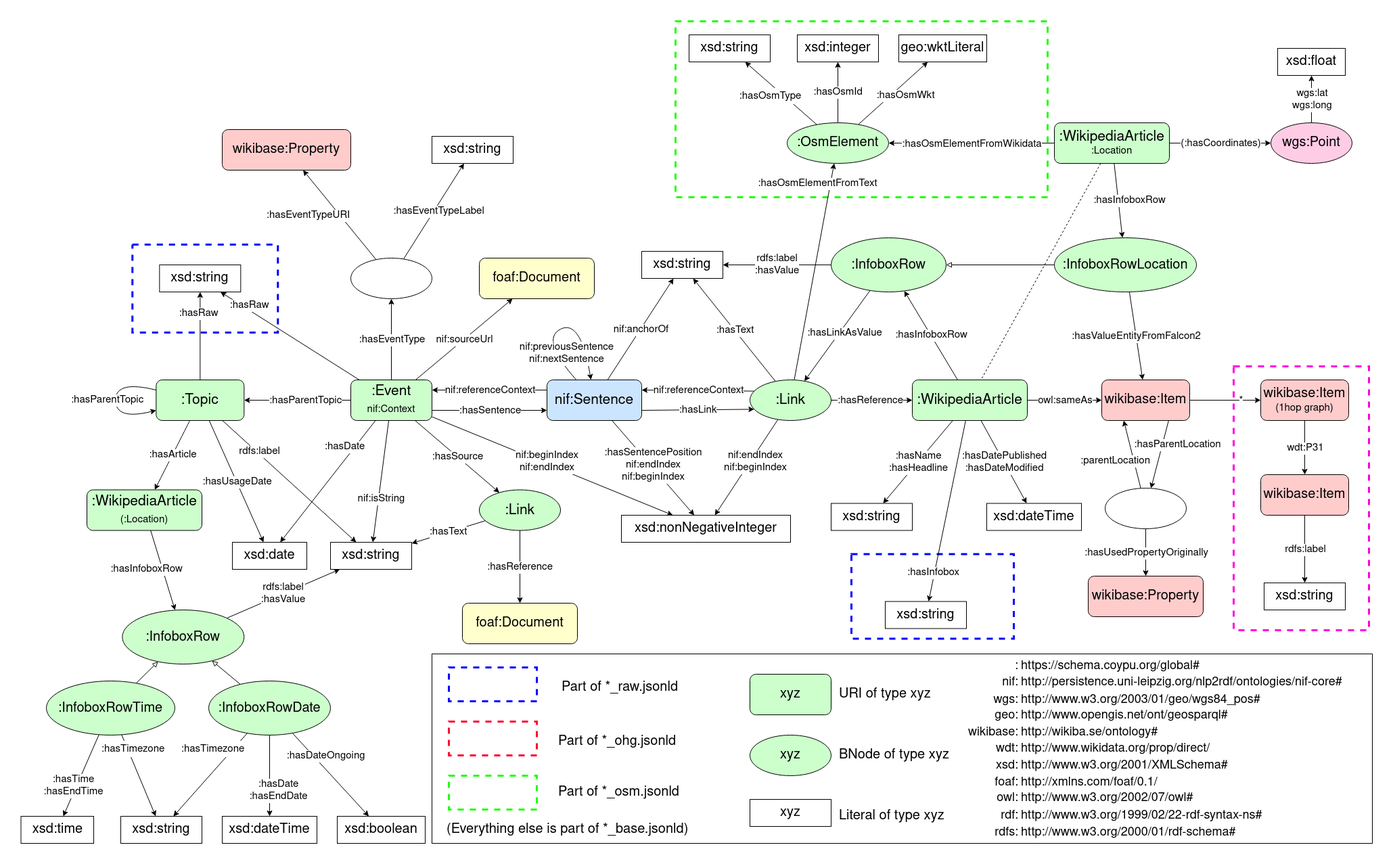
Earlier version of the draw.io export docs/Schema.drawio.png (semantic-systems/current-events-to-kg). Source tidied: cells renumbered, new cells last; positions are measured from the earlier drawing's top-left corner, leaving out a move shared by most shapes.
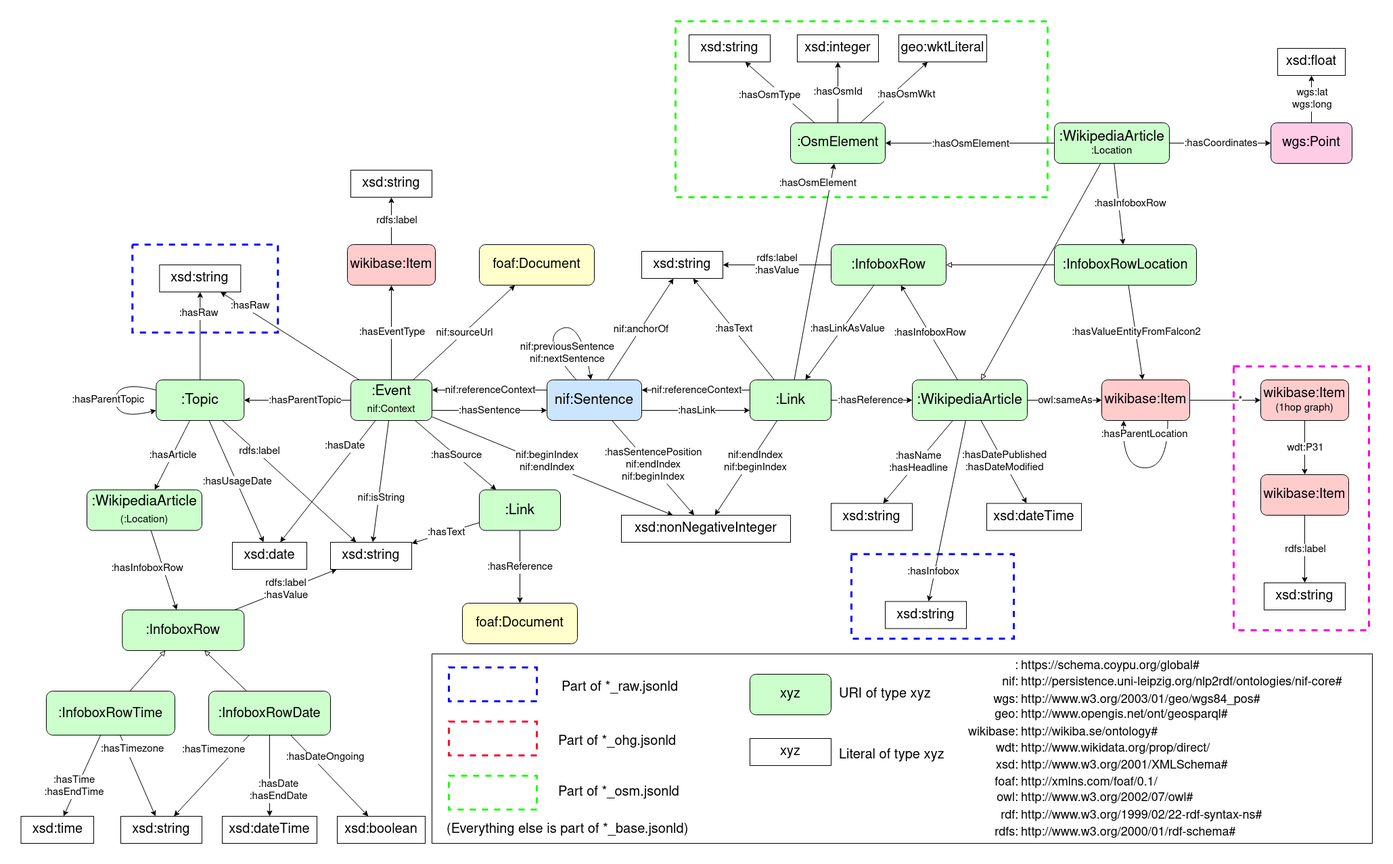
Above is the later version.

Change to the diagram source:
```diff
@@ -4,2 +4,5 @@
     <mxCell id="1" parent="0" />
+    <mxCell id="76" value="&lt;font style=&quot;font-size: 20px;&quot;&gt;:OsmElement&lt;/font&gt;" style="rounded=1;whiteSpace=wrap;html=1;labelBackgroundColor=none;fontFamily=Helvetica;fontSize=15;fontColor=default;fillColor=#CCFFCC;gradientColor=none;" parent="1" vertex="1">
+      <mxGeometry x="1138" y="150" width="140" height="60" as="geometry" />
+    </mxCell>
     <mxCell id="2" style="rounded=0;whiteSpace=wrap;html=1;fillColor=none;dashed=1;strokeColor=#0000FF;strokeWidth=3;" parent="1" vertex="1">
@@ -31,3 +34,3 @@
     </mxCell>
-    <mxCell id="11" style="rounded=0;jettySize=auto;html=1;" parent="1" edge="1" source="15" target="152">
+    <mxCell id="11" style="rounded=0;jettySize=auto;html=1;" parent="1" edge="1" source="15" target="207">
       <mxGeometry relative="1" as="geometry" />
@@ -85,3 +88,3 @@
     </mxCell>
-    <mxCell id="27" value="&lt;font style=&quot;font-size: 20px;&quot;&gt;wgs:Point&lt;/font&gt;" style="ellipse;whiteSpace=wrap;html=1;labelBackgroundColor=none;fontFamily=Helvetica;fontSize=15;fontColor=default;fillColor=#FFCCE6;gradientColor=none;" parent="1" vertex="1">
+    <mxCell id="27" value="&lt;font style=&quot;font-size: 20px;&quot;&gt;wgs:Point&lt;/font&gt;" style="rounded=1;whiteSpace=wrap;html=1;labelBackgroundColor=none;fontFamily=Helvetica;fontSize=15;fontColor=default;fillColor=#FFCCE6;gradientColor=none;" parent="1" vertex="1">
       <mxGeometry x="1848" y="150" width="120" height="60" as="geometry" />
@@ -102,3 +105,3 @@
     </mxCell>
-    <mxCell id="32" value="&lt;div style=&quot;font-size: 21px;&quot;&gt;:Link&lt;/div&gt;" style="ellipse;whiteSpace=wrap;html=1;labelBackgroundColor=none;fontFamily=Helvetica;fontSize=15;fontColor=default;fillColor=#CCFFCC;gradientColor=none;" parent="1" vertex="1">
+    <mxCell id="32" value="&lt;div style=&quot;font-size: 21px;&quot;&gt;:Link&lt;/div&gt;" style="rounded=1;whiteSpace=wrap;html=1;labelBackgroundColor=none;fontFamily=Helvetica;fontSize=15;fontColor=default;fillColor=#CCFFCC;gradientColor=none;" parent="1" vertex="1">
       <mxGeometry x="1078" y="530" width="120" height="60" as="geometry" />
@@ -108,3 +111,3 @@
     </mxCell>
-    <mxCell id="34" value="(:hasCoordinates)" style="edgeLabel;html=1;align=center;verticalAlign=middle;fontSize=15;" parent="33" vertex="1">
+    <mxCell id="34" value=":hasCoordinates" style="edgeLabel;html=1;align=center;verticalAlign=middle;fontSize=15;" parent="33" vertex="1">
       <mxGeometry relative="1" as="geometry" />
@@ -117,3 +120,3 @@
     </mxCell>
-    <mxCell id="37" value="&lt;font style=&quot;font-size: 15px;&quot;&gt;:hasOsmElementFromText&lt;/font&gt;" style="rounded=0;jettySize=auto;html=1;" parent="1" edge="1" source="32" target="76">
+    <mxCell id="37" value="&lt;font style=&quot;font-size: 15px;&quot;&gt;:hasOsmElement&lt;/font&gt;" style="rounded=0;jettySize=auto;html=1;" parent="1" edge="1" source="32" target="76">
       <mxGeometry x="0.79" y="19" relative="1" as="geometry" />
@@ -123,3 +126,3 @@
     </mxCell>
-    <mxCell id="39" value="&lt;font style=&quot;font-size: 15px;&quot;&gt;:hasOsmElementFromWikidata&lt;/font&gt;" style="edgeLabel;html=1;align=center;verticalAlign=middle;fontSize=20;" parent="38" vertex="1">
+    <mxCell id="39" value="&lt;font style=&quot;font-size: 15px;&quot;&gt;:hasOsmElement&lt;/font&gt;" style="edgeLabel;html=1;align=center;verticalAlign=middle;fontSize=20;" parent="38" vertex="1">
       <mxGeometry relative="1" as="geometry" />
@@ -218,3 +221,3 @@
     <mxCell id="66" value="&lt;font style=&quot;font-size: 20px;&quot;&gt;foaf:Document&lt;/font&gt;" style="rounded=1;whiteSpace=wrap;html=1;labelBackgroundColor=none;fontFamily=Helvetica;fontSize=15;fontColor=default;fillColor=#FFFFCC;gradientColor=none;" parent="1" vertex="1">
-      <mxGeometry x="678" y="350" width="170" height="60" as="geometry" />
+      <mxGeometry x="678" y="330" width="170" height="60" as="geometry" />
     </mxCell>
@@ -223,3 +226,3 @@
     </mxCell>
-    <mxCell id="68" value="&lt;div style=&quot;font-size: 21px;&quot;&gt;:Link&lt;/div&gt;" style="ellipse;whiteSpace=wrap;html=1;labelBackgroundColor=none;fontFamily=Helvetica;fontSize=15;fontColor=default;fillColor=#CCFFCC;gradientColor=none;" parent="1" vertex="1">
+    <mxCell id="68" value="&lt;div style=&quot;font-size: 21px;&quot;&gt;:Link&lt;/div&gt;" style="rounded=1;whiteSpace=wrap;html=1;labelBackgroundColor=none;fontFamily=Helvetica;fontSize=15;fontColor=default;fillColor=#CCFFCC;gradientColor=none;" parent="1" vertex="1">
       <mxGeometry x="678" y="692.5" width="120" height="60" as="geometry" />
@@ -249,5 +252,2 @@
     </mxCell>
-    <mxCell id="76" value="&lt;font style=&quot;font-size: 20px;&quot;&gt;:OsmElement&lt;/font&gt;" style="ellipse;whiteSpace=wrap;html=1;labelBackgroundColor=none;fontFamily=Helvetica;fontSize=15;fontColor=default;fillColor=#CCFFCC;gradientColor=none;" parent="1" vertex="1">
-      <mxGeometry x="1133" y="150" width="150" height="60" as="geometry" />
-    </mxCell>
     <mxCell id="77" value="&lt;font style=&quot;font-size: 20px;&quot;&gt;xsd:string&lt;/font&gt;" style="rounded=0;whiteSpace=wrap;html=1;labelBackgroundColor=default;fontFamily=Helvetica;fontSize=15;fontColor=default;fillColor=none;gradientColor=none;" parent="1" vertex="1">
@@ -261,8 +261,13 @@
     </mxCell>
-    <mxCell id="80" style="edgeStyle=none;rounded=0;jettySize=auto;html=1;fontSize=15;exitX=0.877;exitY=0.033;exitDx=0;exitDy=0;exitPerimeter=0;" parent="1" edge="1" source="84" target="98">
-      <mxGeometry relative="1" as="geometry" />
+    <mxCell id="80" style="orthogonalLoop=1;jettySize=auto;html=1;fontSize=15;exitX=0.75;exitY=1;exitDx=0;exitDy=0;entryX=0.25;entryY=1;entryDx=0;entryDy=0;curved=1;" parent="1" edge="1" source="84" target="84">
+      <mxGeometry relative="1" as="geometry">
+        <Array as="points">
+          <mxPoint x="1696" y="660" />
+          <mxPoint x="1628" y="660" />
+        </Array>
+      </mxGeometry>
     </mxCell>
-    <mxCell id="81" value=":hasParentLocation" style="edgeLabel;html=1;align=center;verticalAlign=middle;fontSize=15;" parent="80" vertex="1">
+    <mxCell id="81" value="&lt;div&gt;:hasParentLocation&lt;/div&gt;" style="edgeLabel;html=1;align=center;verticalAlign=middle;fontSize=15;" parent="80" vertex="1">
       <mxGeometry relative="1" as="geometry">
-        <mxPoint x="18" y="14" as="offset" />
+        <mxPoint x="-2" y="-50" as="offset" />
       </mxGeometry>
@@ -303,4 +308,4 @@
     </mxCell>
-    <mxCell id="92" value="&lt;div style=&quot;font-size: 21px;&quot;&gt;&lt;font style=&quot;font-size: 20px;&quot;&gt;:InfoboxRowLocation&lt;/font&gt;&lt;br&gt;&lt;/div&gt;" style="ellipse;whiteSpace=wrap;html=1;labelBackgroundColor=none;fontFamily=Helvetica;fontSize=15;fontColor=default;fillColor=#CCFFCC;gradientColor=none;" parent="1" vertex="1">
-      <mxGeometry x="1528" y="320" width="210" height="80" as="geometry" />
+    <mxCell id="92" value="&lt;div style=&quot;font-size: 21px;&quot;&gt;&lt;font style=&quot;font-size: 20px;&quot;&gt;:InfoboxRowLocation&lt;/font&gt;&lt;br&gt;&lt;/div&gt;" style="rounded=1;whiteSpace=wrap;html=1;labelBackgroundColor=none;fontFamily=Helvetica;fontSize=15;fontColor=default;fillColor=#CCFFCC;gradientColor=none;" parent="1" vertex="1">
+      <mxGeometry x="1528" y="330" width="210" height="60" as="geometry" />
     </mxCell>
@@ -309,22 +314,2 @@
     </mxCell>
-    <mxCell id="94" style="edgeStyle=none;rounded=0;jettySize=auto;html=1;entryX=0.25;entryY=1;entryDx=0;entryDy=0;fontSize=15;" parent="1" edge="1" source="98" target="84">
-      <mxGeometry relative="1" as="geometry" />
-    </mxCell>
-    <mxCell id="95" value=":parentLocation" style="edgeLabel;html=1;align=center;verticalAlign=middle;fontSize=15;" parent="94" vertex="1">
-      <mxGeometry x="-0.38" y="-1" relative="1" as="geometry">
-        <mxPoint x="-31" y="-9" as="offset" />
-      </mxGeometry>
-    </mxCell>
-    <mxCell id="96" style="edgeStyle=none;rounded=0;jettySize=auto;html=1;fontSize=15;" parent="1" edge="1" source="98" target="99">
-      <mxGeometry relative="1" as="geometry" />
-    </mxCell>
-    <mxCell id="97" value=":hasUsedPropertyOriginally" style="edgeLabel;html=1;align=center;verticalAlign=middle;fontSize=15;" parent="96" vertex="1">
-      <mxGeometry relative="1" as="geometry" />
-    </mxCell>
-    <mxCell id="98" style="ellipse;whiteSpace=wrap;html=1;fontSize=15;rounded=1;labelBackgroundColor=none;fillColor=none;" parent="1" vertex="1">
-      <mxGeometry x="1603" y="690" width="120" height="60" as="geometry" />
-    </mxCell>
-    <mxCell id="99" value="&lt;font style=&quot;font-size: 20px;&quot;&gt;wikibase:Property&lt;/font&gt;" style="rounded=1;whiteSpace=wrap;html=1;labelBackgroundColor=none;fontFamily=Helvetica;fontSize=15;fontColor=default;fillColor=#FFCCCC;gradientColor=none;" parent="1" vertex="1">
-      <mxGeometry x="1578" y="820" width="170" height="60" as="geometry" />
-    </mxCell>
     <mxCell id="100" style="rounded=0;jettySize=auto;html=1;fontSize=15;" parent="1" edge="1" source="171" target="102">
@@ -341,11 +326,2 @@
     </mxCell>
-    <mxCell id="104" style="group;" parent="1" vertex="1">
-      <mxGeometry x="1078" y="1055" width="310" height="60" as="geometry" />
-    </mxCell>
-    <mxCell id="105" value="&lt;font style=&quot;font-size: 20px;&quot;&gt;xyz&lt;/font&gt;" style="ellipse;whiteSpace=wrap;html=1;labelBackgroundColor=none;fontFamily=Helvetica;fontSize=15;fontColor=default;fillColor=#CCFFCC;gradientColor=none;" parent="104" vertex="1">
-      <mxGeometry width="120" height="60" as="geometry" />
-    </mxCell>
-    <mxCell id="106" value="&lt;div align=&quot;left&quot;&gt;BNode of type xyz&lt;br&gt;&lt;/div&gt;" style="text;html=1;align=left;verticalAlign=middle;strokeColor=none;fillColor=none;fontSize=20;" parent="104" vertex="1">
-      <mxGeometry x="130" y="15" width="180" height="30" as="geometry" />
-    </mxCell>
     <mxCell id="107" style="group;" parent="1" vertex="1">
@@ -360,3 +336,3 @@
     <mxCell id="110" style="group;" parent="1" vertex="1">
-      <mxGeometry x="1078" y="1150" width="300" height="40" as="geometry" />
+      <mxGeometry x="1078" y="1060" width="300" height="40" as="geometry" />
     </mxCell>
@@ -473,14 +449,6 @@
     </mxCell>
-    <mxCell id="148" style="edgeStyle=none;rounded=0;jettySize=auto;html=1;fontSize=15;" parent="1" edge="1" source="152" target="153">
-      <mxGeometry relative="1" as="geometry" />
-    </mxCell>
-    <mxCell id="149" value=":hasEventTypeURI" style="edgeLabel;html=1;align=center;verticalAlign=middle;fontSize=15;" parent="148" vertex="1">
-      <mxGeometry relative="1" as="geometry">
-        <mxPoint x="-47" as="offset" />
-      </mxGeometry>
-    </mxCell>
-    <mxCell id="150" style="edgeStyle=none;rounded=0;jettySize=auto;html=1;fontSize=15;" parent="1" edge="1" source="152" target="154">
+    <mxCell id="150" style="edgeStyle=none;rounded=0;jettySize=auto;html=1;fontSize=15;" parent="1" edge="1" source="207" target="154">
       <mxGeometry relative="1" as="geometry" />
     </mxCell>
-    <mxCell id="151" value=":hasEventTypeLabel" style="edgeLabel;html=1;align=center;verticalAlign=middle;fontSize=15;" parent="150" vertex="1">
+    <mxCell id="151" value="rdfs:label" style="edgeLabel;html=1;align=center;verticalAlign=middle;fontSize=15;" parent="150" vertex="1">
       <mxGeometry relative="1" as="geometry">
@@ -489,10 +457,4 @@
     </mxCell>
-    <mxCell id="152" value="&lt;div style=&quot;font-size: 21px;&quot;&gt;&lt;br&gt;&lt;/div&gt;" style="ellipse;whiteSpace=wrap;html=1;labelBackgroundColor=none;fontFamily=Helvetica;fontSize=15;fontColor=default;fillColor=none;gradientColor=none;" parent="1" vertex="1">
-      <mxGeometry x="488" y="350" width="120" height="60" as="geometry" />
-    </mxCell>
-    <mxCell id="153" value="&lt;div style=&quot;font-size: 20px;&quot;&gt;wikibase:Property&lt;font style=&quot;font-size: 20px;&quot;&gt;&lt;br&gt;&lt;/font&gt;&lt;/div&gt;" style="rounded=1;whiteSpace=wrap;html=1;labelBackgroundColor=none;fontFamily=Helvetica;fontSize=15;fontColor=default;fillColor=#FFCCCC;gradientColor=none;" parent="1" vertex="1">
-      <mxGeometry x="298" y="160" width="190" height="60" as="geometry" />
-    </mxCell>
     <mxCell id="154" value="&lt;font style=&quot;font-size: 20px;&quot;&gt;xsd:string&lt;/font&gt;" style="rounded=0;whiteSpace=wrap;html=1;labelBackgroundColor=default;fontFamily=Helvetica;fontSize=15;fontColor=default;fillColor=none;gradientColor=none;" parent="1" vertex="1">
-      <mxGeometry x="608" y="170" width="120" height="40" as="geometry" />
+      <mxGeometry x="488" y="220" width="120" height="40" as="geometry" />
     </mxCell>
@@ -607,4 +569,4 @@
     </mxCell>
-    <mxCell id="185" value="&lt;div style=&quot;font-size: 21px;&quot;&gt;&lt;font style=&quot;font-size: 20px;&quot;&gt;:InfoboxRowDate&lt;/font&gt;&lt;br&gt;&lt;/div&gt;" style="ellipse;whiteSpace=wrap;html=1;labelBackgroundColor=none;fontFamily=Helvetica;fontSize=15;fontColor=default;fillColor=#CCFFCC;gradientColor=none;" parent="1" vertex="1">
-      <mxGeometry x="278" y="975" width="180" height="80" as="geometry" />
+    <mxCell id="185" value="&lt;div style=&quot;font-size: 21px;&quot;&gt;&lt;font style=&quot;font-size: 20px;&quot;&gt;:InfoboxRowDate&lt;/font&gt;&lt;br&gt;&lt;/div&gt;" style="rounded=1;whiteSpace=wrap;html=1;labelBackgroundColor=none;fontFamily=Helvetica;fontSize=15;fontColor=default;fillColor=#CCFFCC;gradientColor=none;" parent="1" vertex="1">
+      <mxGeometry x="278" y="990" width="180" height="65" as="geometry" />
     </mxCell>
@@ -637,4 +599,4 @@
     </mxCell>
-    <mxCell id="193" value="&lt;div style=&quot;font-size: 21px;&quot;&gt;&lt;font style=&quot;font-size: 20px;&quot;&gt;:InfoboxRowTime&lt;/font&gt;&lt;br&gt;&lt;/div&gt;" style="ellipse;whiteSpace=wrap;html=1;labelBackgroundColor=none;fontFamily=Helvetica;fontSize=15;fontColor=default;fillColor=#CCFFCC;gradientColor=none;" parent="1" vertex="1">
-      <mxGeometry x="38" y="975" width="190" height="80" as="geometry" />
+    <mxCell id="193" value="&lt;div style=&quot;font-size: 21px;&quot;&gt;&lt;font style=&quot;font-size: 20px;&quot;&gt;:InfoboxRowTime&lt;/font&gt;&lt;br&gt;&lt;/div&gt;" style="rounded=1;whiteSpace=wrap;html=1;labelBackgroundColor=none;fontFamily=Helvetica;fontSize=15;fontColor=default;fillColor=#CCFFCC;gradientColor=none;" parent="1" vertex="1">
+      <mxGeometry x="38" y="990" width="190" height="65" as="geometry" />
     </mxCell>
@@ -652,7 +614,7 @@
     </mxCell>
-    <mxCell id="198" value="&lt;div style=&quot;font-size: 21px;&quot;&gt;&lt;font style=&quot;font-size: 20px;&quot;&gt;:InfoboxRow&lt;/font&gt;&lt;br&gt;&lt;/div&gt;" style="ellipse;whiteSpace=wrap;html=1;labelBackgroundColor=none;fontFamily=Helvetica;fontSize=15;fontColor=default;fillColor=#CCFFCC;gradientColor=none;" parent="1" vertex="1">
-      <mxGeometry x="150.3" y="870" width="180" height="80" as="geometry" />
+    <mxCell id="198" value="&lt;div style=&quot;font-size: 21px;&quot;&gt;&lt;font style=&quot;font-size: 20px;&quot;&gt;:InfoboxRow&lt;/font&gt;&lt;br&gt;&lt;/div&gt;" style="rounded=1;whiteSpace=wrap;html=1;labelBackgroundColor=none;fontFamily=Helvetica;fontSize=15;fontColor=default;fillColor=#CCFFCC;gradientColor=none;" parent="1" vertex="1">
+      <mxGeometry x="150.3" y="870" width="180" height="60" as="geometry" />
     </mxCell>
-    <mxCell id="199" value="&lt;div style=&quot;font-size: 21px;&quot;&gt;&lt;font style=&quot;font-size: 20px;&quot;&gt;:InfoboxRow&lt;/font&gt;&lt;br&gt;&lt;/div&gt;" style="ellipse;whiteSpace=wrap;html=1;labelBackgroundColor=none;fontFamily=Helvetica;fontSize=15;fontColor=default;fillColor=#CCFFCC;gradientColor=none;" parent="1" vertex="1">
-      <mxGeometry x="1198" y="320" width="170" height="80" as="geometry" />
+    <mxCell id="199" value="&lt;div style=&quot;font-size: 21px;&quot;&gt;&lt;font style=&quot;font-size: 20px;&quot;&gt;:InfoboxRow&lt;/font&gt;&lt;br&gt;&lt;/div&gt;" style="rounded=1;whiteSpace=wrap;html=1;labelBackgroundColor=none;fontFamily=Helvetica;fontSize=15;fontColor=default;fillColor=#CCFFCC;gradientColor=none;rounded=1;" parent="1" vertex="1">
+      <mxGeometry x="1198" y="330" width="170" height="60" as="geometry" />
     </mxCell>
@@ -664,5 +626,2 @@
     </mxCell>
-    <mxCell id="202" style="edgeStyle=none;shape=connector;rounded=0;jettySize=auto;html=1;labelBackgroundColor=default;strokeColor=default;fontFamily=Helvetica;fontSize=15;fontColor=default;endArrow=none;endFill=0;dashed=1;" parent="1" edge="1" source="203" target="44">
-      <mxGeometry relative="1" as="geometry" />
-    </mxCell>
     <mxCell id="203" value="&lt;div style=&quot;font-size: 21px;&quot;&gt;:WikipediaArticle&lt;/div&gt;&lt;div style=&quot;&quot;&gt;:Location&lt;br&gt;&lt;/div&gt;" style="rounded=1;whiteSpace=wrap;html=1;labelBackgroundColor=none;fontFamily=Helvetica;fontSize=15;fontColor=default;fillColor=#CCFFCC;gradientColor=none;" parent="1" vertex="1">
@@ -681,2 +640,8 @@
     </mxCell>
+    <mxCell id="207" value="&lt;div&gt;&lt;font style=&quot;font-size: 20px;&quot;&gt;wikibase:Item&lt;br&gt;&lt;/font&gt;&lt;/div&gt;" style="rounded=1;whiteSpace=wrap;html=1;labelBackgroundColor=none;fontFamily=Helvetica;fontSize=15;fontColor=default;fillColor=#FFCCCC;gradientColor=none;" parent="1" vertex="1">
+      <mxGeometry x="483" y="330" width="130" height="60" as="geometry" />
+    </mxCell>
+    <mxCell id="202" style="edgeStyle=none;rounded=0;jettySize=auto;html=1;fontSize=21;endArrow=block;endFill=0;" parent="1" edge="1" source="203" target="44">
+      <mxGeometry relative="1" as="geometry" />
+    </mxCell>
   </root>
```
